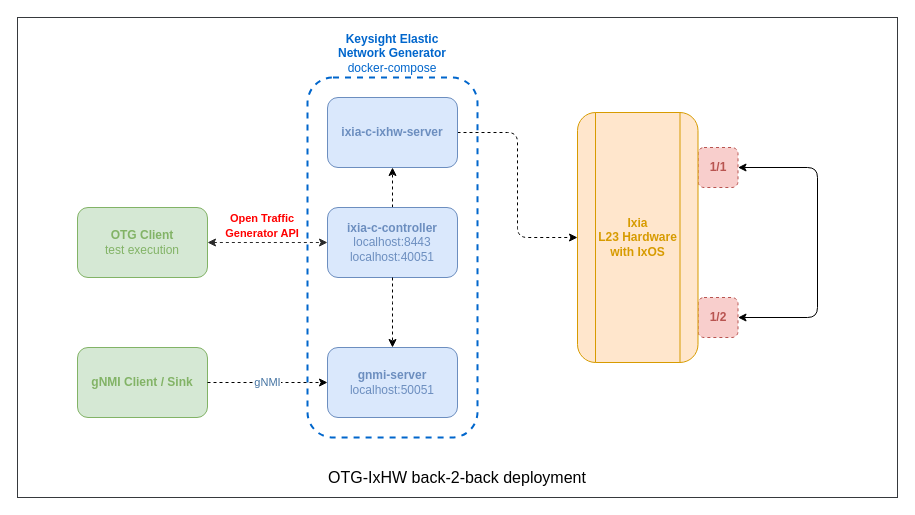
Earlier version of the draw.io diagram page "ixhw-b2b" (10 of 11) of drawio/otg-examples.drawio (open-traffic-generator/otg-examples). Source tidied: cells renumbered, new cells numbered last; positions are measured from the earlier drawing's top-left corner, leaving out a move shared by most shapes. Both pictures are drawn from the tidied source at 100%, with x=0, y=0 at pixel (17, 17).
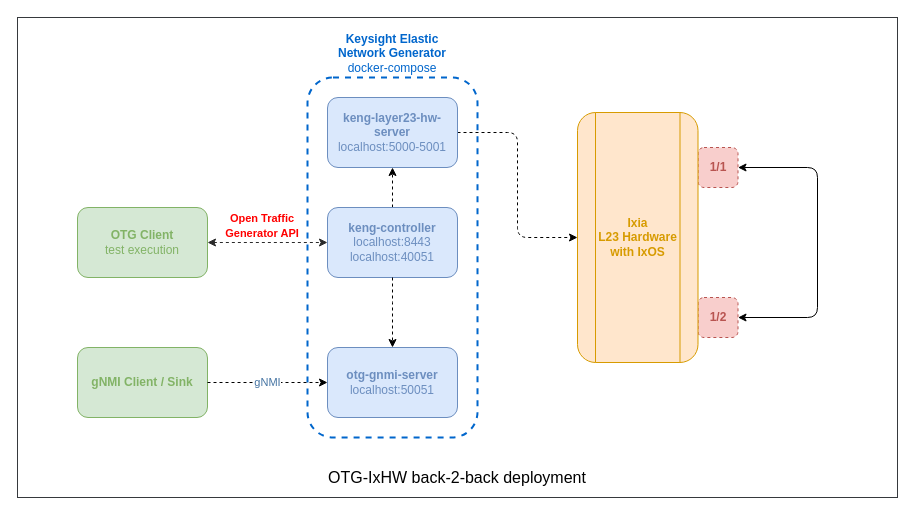
Above is the later version.

Change to the diagram source:
```diff
@@
-    <mxCell id="9" value="&lt;font style=&quot;&quot;&gt;&lt;b&gt;ixia-c-controller&lt;/b&gt;&lt;br&gt;localhost:8443&lt;br&gt;localhost:40051&lt;br&gt;&lt;/font&gt;" style="rounded=1;whiteSpace=wrap;html=1;fillColor=#dae8fc;strokeColor=#6c8ebf;fillStyle=hachure;fontColor=#6C8EBF;" parent="1" vertex="1">
+    <mxCell id="9" value="&lt;font style=&quot;&quot;&gt;&lt;b&gt;keng-controller&lt;/b&gt;&lt;br&gt;localhost:8443&lt;br&gt;localhost:40051&lt;br&gt;&lt;/font&gt;" style="rounded=1;whiteSpace=wrap;html=1;fillColor=#dae8fc;strokeColor=#6c8ebf;fillStyle=hachure;fontColor=#6C8EBF;" parent="1" vertex="1">
       <mxGeometry x="310" y="190" width="130" height="70" as="geometry" />
     </mxCell>
@@
-    <mxCell id="12" value="&lt;font style=&quot;&quot;&gt;&lt;b&gt;ixia-c-ixhw-server&lt;/b&gt;&lt;br&gt;&lt;/font&gt;" style="rounded=1;whiteSpace=wrap;html=1;fillColor=#dae8fc;strokeColor=#6c8ebf;fillStyle=hachure;fontColor=#6C8EBF;" parent="1" vertex="1">
+    <mxCell id="12" value="&lt;font style=&quot;&quot;&gt;&lt;b&gt;keng-layer23-hw-server&lt;/b&gt;&lt;br&gt;localhost:5000-5001&lt;br&gt;&lt;/font&gt;" style="rounded=1;whiteSpace=wrap;html=1;fillColor=#dae8fc;strokeColor=#6c8ebf;fillStyle=hachure;fontColor=#6C8EBF;" parent="1" vertex="1">
       <mxGeometry x="310" y="80" width="130" height="70" as="geometry" />
     </mxCell>
@@
-    <mxCell id="19" value="&lt;font style=&quot;&quot;&gt;&lt;div style=&quot;font-weight: bold;&quot;&gt;gnmi-server&lt;/div&gt;&lt;div style=&quot;&quot;&gt;localhost:50051&lt;/div&gt;&lt;/font&gt;" style="rounded=1;whiteSpace=wrap;html=1;fillColor=#dae8fc;strokeColor=#6c8ebf;fillStyle=hachure;fontColor=#6C8EBF;" parent="1" vertex="1">
+    <mxCell id="19" value="&lt;font style=&quot;&quot;&gt;&lt;div style=&quot;font-weight: bold;&quot;&gt;otg-gnmi-server&lt;/div&gt;&lt;div style=&quot;&quot;&gt;localhost:50051&lt;/div&gt;&lt;/font&gt;" style="rounded=1;whiteSpace=wrap;html=1;fillColor=#dae8fc;strokeColor=#6c8ebf;fillStyle=hachure;fontColor=#6C8EBF;" parent="1" vertex="1">
       <mxGeometry x="310" y="330" width="130" height="70" as="geometry" />
     </mxCell>
```
